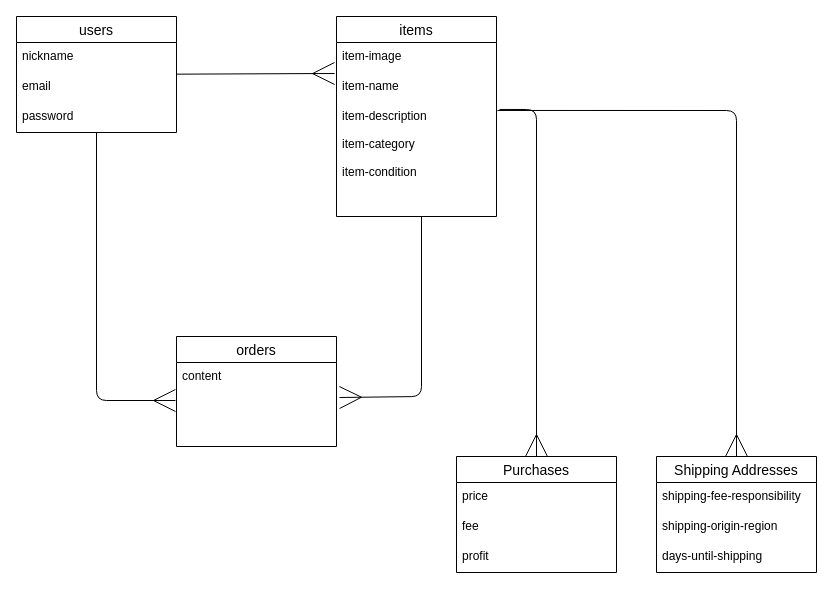
This is test.dio from user-onion-japan-1919/furima-41924, a draw.io file, before an edit. Source tidied: cells renumbered, new cells numbered last; positions are measured from the earlier drawing's top-left corner, leaving out a move shared by most shapes. Both pictures are drawn from the tidied source at 100%, with x=0, y=0 at pixel (16, 16).
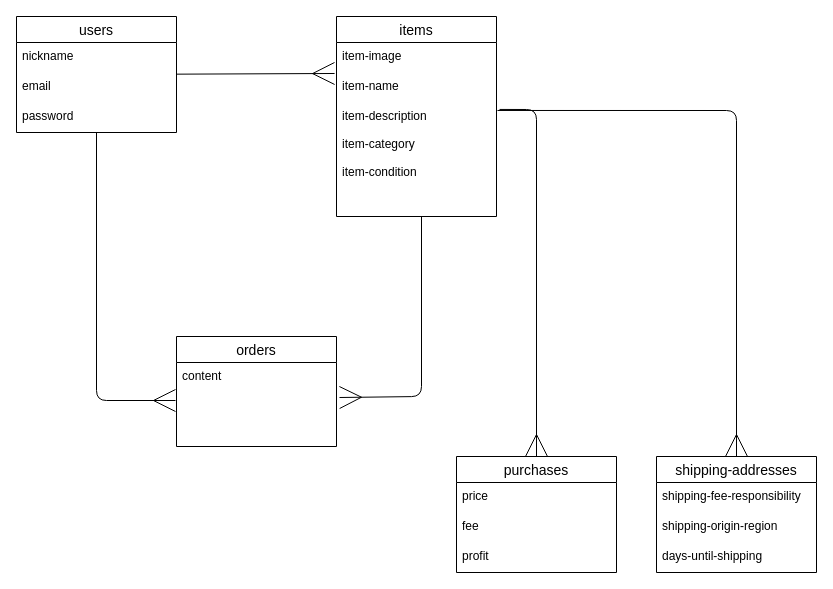
The same diagram, later.

The edit, as a diff of the source:
```diff
@@
-    <mxCell id="17" value="Purchases" style="swimlane;fontStyle=0;horizontal=1;startSize=26;align=center;fontSize=14;" parent="1" vertex="1">
+    <mxCell id="17" value="purchases" style="swimlane;fontStyle=0;horizontal=1;startSize=26;align=center;fontSize=14;" parent="1" vertex="1">
       <mxGeometry x="440" y="440" width="160" height="116" as="geometry" />
     </mxCell>
@@
-    <mxCell id="21" value="Shipping Addresses" style="swimlane;fontStyle=0;horizontal=1;startSize=26;align=center;fontSize=14;" parent="1" vertex="1">
+    <mxCell id="21" value="shipping-addresses" style="swimlane;fontStyle=0;horizontal=1;startSize=26;align=center;fontSize=14;" parent="1" vertex="1">
       <mxGeometry x="640" y="440" width="160" height="116" as="geometry" />
     </mxCell>
```
